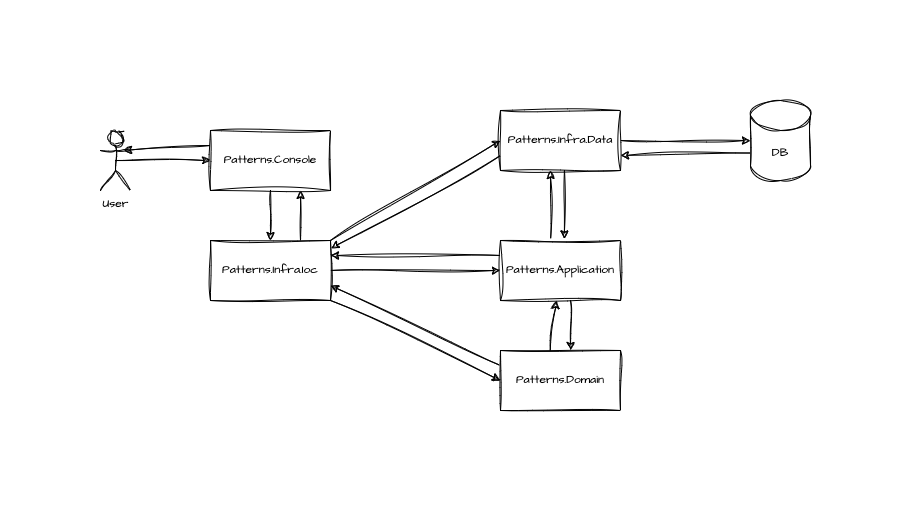
Earlier version of the draw.io export docs/AppFlow.drawio.png (theMyntt/PracticesStudy). Source tidied: cells renumbered, new cells last; positions are measured from the earlier drawing's top-left corner, leaving out a move shared by most shapes.
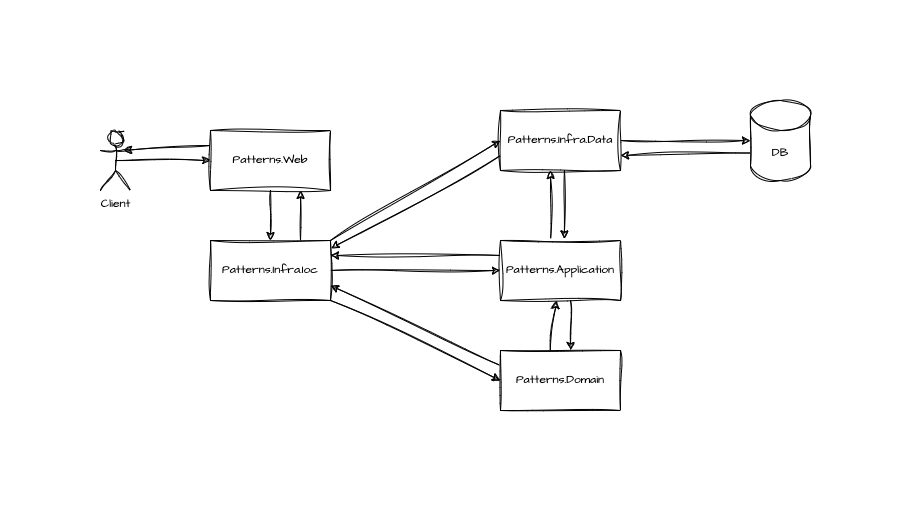
The same file after the commit.

Commit message:
docs: including web project

The edit, as a diff of the source:
```diff
@@ -5,7 +5,7 @@
     <mxCell id="2" style="edgeStyle=orthogonalEdgeStyle;rounded=0;sketch=1;hachureGap=4;jiggle=2;curveFitting=1;jettySize=auto;html=1;exitX=0.5;exitY=1;exitDx=0;exitDy=0;entryX=0.5;entryY=0;entryDx=0;entryDy=0;fontFamily=Architects Daughter;fontSource=https%3A%2F%2Ffonts.googleapis.com%2Fcss%3Ffamily%3DArchitects%2BDaughter;" parent="1" edge="1" source="3" target="8">
       <mxGeometry relative="1" as="geometry" />
     </mxCell>
-    <mxCell id="3" value="Patterns.Console" style="rounded=0;whiteSpace=wrap;html=1;sketch=1;hachureGap=4;jiggle=2;curveFitting=1;fontFamily=Architects Daughter;fontSource=https%3A%2F%2Ffonts.googleapis.com%2Fcss%3Ffamily%3DArchitects%2BDaughter;" parent="1" vertex="1">
+    <mxCell id="3" value="Patterns.Web" style="rounded=0;whiteSpace=wrap;html=1;sketch=1;hachureGap=4;jiggle=2;curveFitting=1;fontFamily=Architects Daughter;fontSource=https%3A%2F%2Ffonts.googleapis.com%2Fcss%3Ffamily%3DArchitects%2BDaughter;" parent="1" vertex="1">
       <mxGeometry x="110" y="30" width="120" height="60" as="geometry" />
     </mxCell>
     <mxCell id="4" style="edgeStyle=none;rounded=0;sketch=1;hachureGap=4;jiggle=2;curveFitting=1;jettySize=auto;html=1;exitX=1;exitY=0.5;exitDx=0;exitDy=0;entryX=0;entryY=0.5;entryDx=0;entryDy=0;fontFamily=Architects Daughter;fontSource=https%3A%2F%2Ffonts.googleapis.com%2Fcss%3Ffamily%3DArchitects%2BDaughter;" parent="1" edge="1" source="8" target="14">
@@ -70,7 +70,7 @@
     <mxCell id="21" style="edgeStyle=none;rounded=0;sketch=1;hachureGap=4;jiggle=2;curveFitting=1;jettySize=auto;html=1;exitX=0.5;exitY=0.5;exitDx=0;exitDy=0;exitPerimeter=0;fontFamily=Architects Daughter;fontSource=https%3A%2F%2Ffonts.googleapis.com%2Fcss%3Ffamily%3DArchitects%2BDaughter;" parent="1" edge="1" source="22" target="3">
       <mxGeometry relative="1" as="geometry" />
     </mxCell>
-    <mxCell id="22" value="User" style="shape=umlActor;verticalLabelPosition=bottom;verticalAlign=top;html=1;outlineConnect=0;sketch=1;hachureGap=4;jiggle=2;curveFitting=1;fontFamily=Architects Daughter;fontSource=https%3A%2F%2Ffonts.googleapis.com%2Fcss%3Ffamily%3DArchitects%2BDaughter;" parent="1" vertex="1">
+    <mxCell id="22" value="Client" style="shape=umlActor;verticalLabelPosition=bottom;verticalAlign=top;html=1;outlineConnect=0;sketch=1;hachureGap=4;jiggle=2;curveFitting=1;fontFamily=Architects Daughter;fontSource=https%3A%2F%2Ffonts.googleapis.com%2Fcss%3Ffamily%3DArchitects%2BDaughter;" parent="1" vertex="1">
       <mxGeometry y="30" width="30" height="60" as="geometry" />
     </mxCell>
     <mxCell id="23" style="edgeStyle=none;rounded=0;sketch=1;hachureGap=4;jiggle=2;curveFitting=1;jettySize=auto;html=1;exitX=0;exitY=0.75;exitDx=0;exitDy=0;entryX=1.004;entryY=0.129;entryDx=0;entryDy=0;entryPerimeter=0;fontFamily=Architects Daughter;fontSource=https%3A%2F%2Ffonts.googleapis.com%2Fcss%3Ffamily%3DArchitects%2BDaughter;" parent="1" edge="1" source="10" target="8">
```
